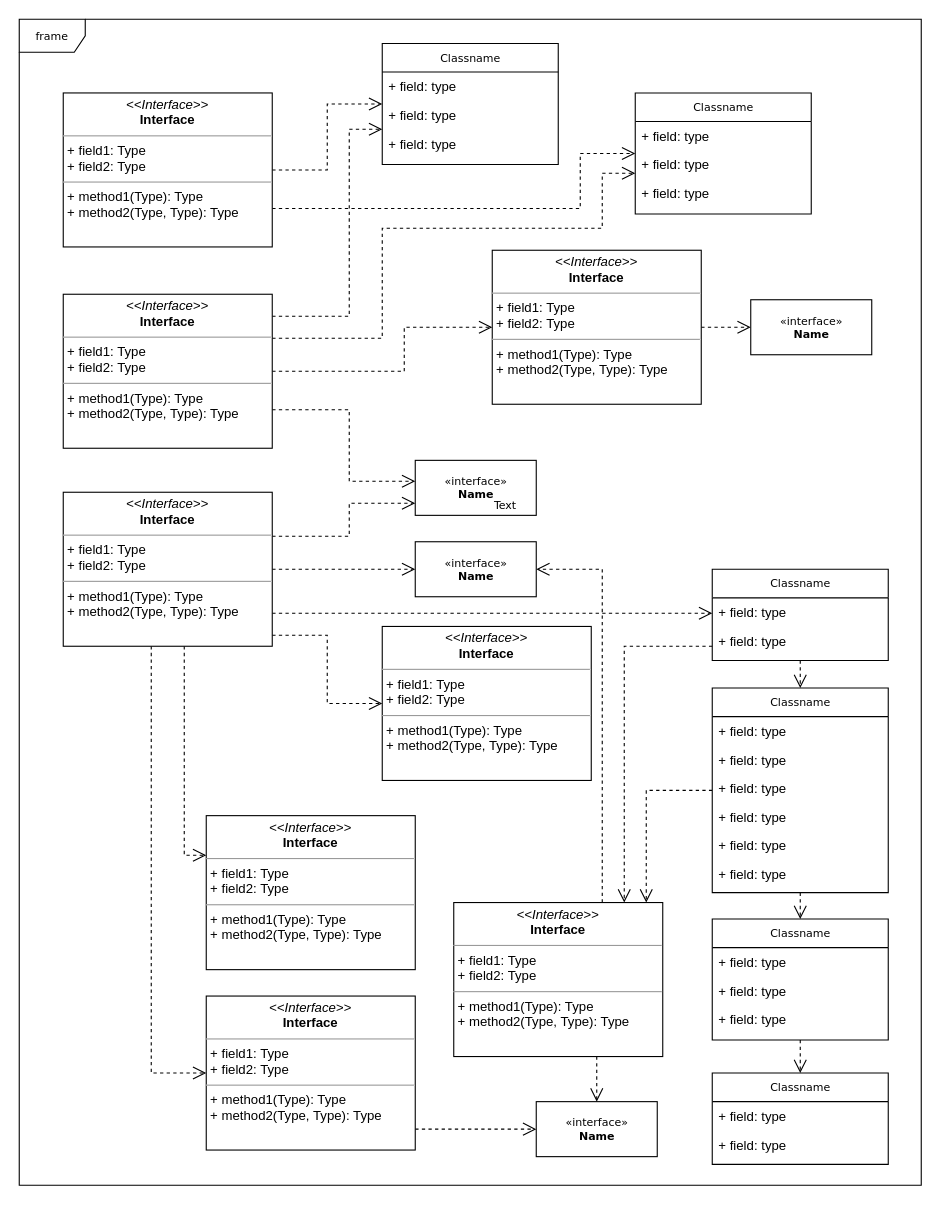
Before: Text-Based-Adventure-Game.drawio in Todd-ATM/Text-Based-Adventure-Game, a draw.io diagram. Source tidied: cells renumbered, new cells numbered last; positions are measured from the earlier drawing's top-left corner, leaving out a move shared by most shapes. Both pictures are drawn from the tidied source at 110%, with x=0, y=0 at pixel (19, 19).
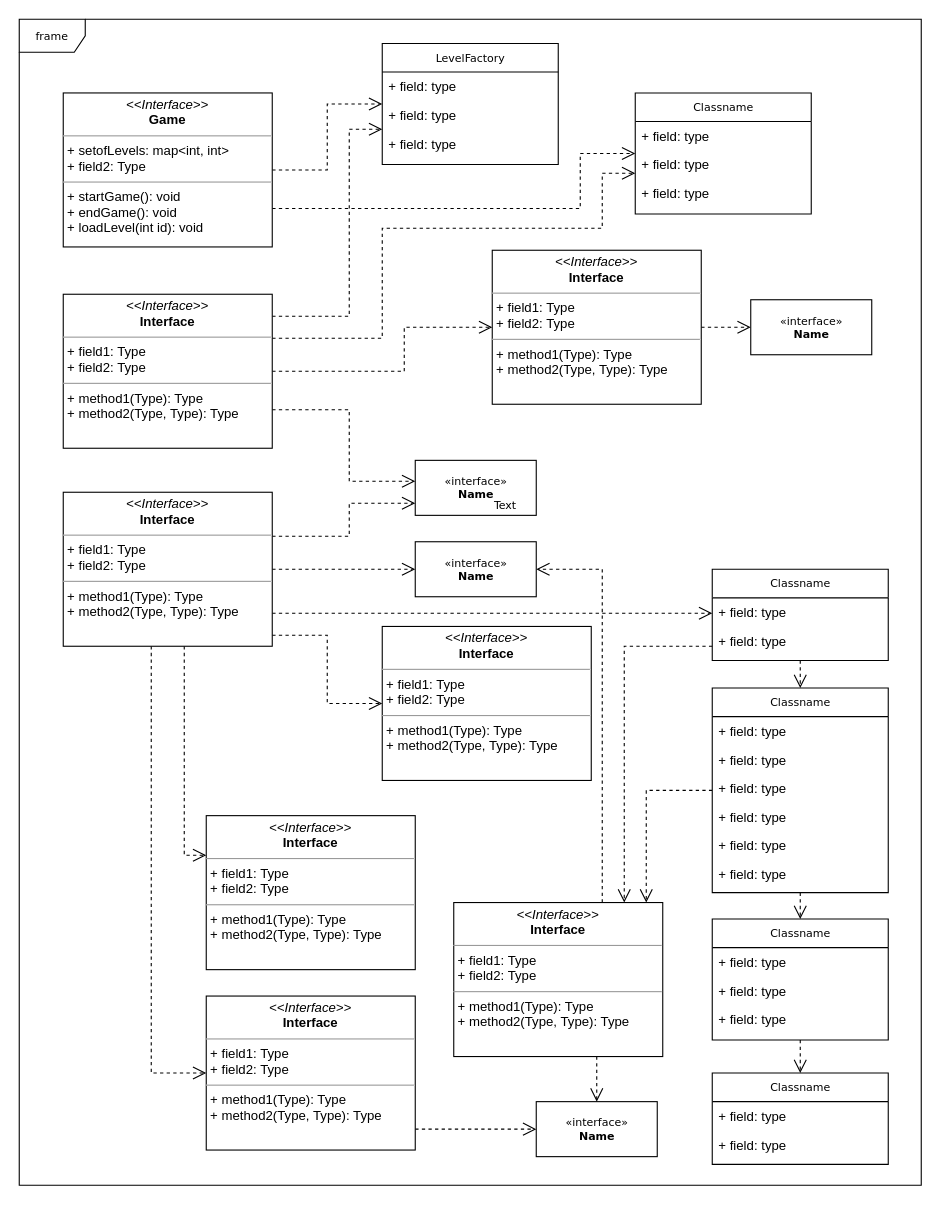
The same page after the edit.

Commit message:
Update Game class in UML, simple start

What changed in the source:
```diff
@@
-    <mxCell id="12" value="Classname" style="swimlane;html=1;fontStyle=0;horizontal=1;startSize=26;fillColor=none;swimlaneFillColor=#ffffff;rounded=0;shadow=0;comic=0;labelBackgroundColor=none;strokeWidth=1;fontFamily=Verdana;fontSize=10;align=center;" parent="1" vertex="1">
+    <mxCell id="12" value="LevelFactory" style="swimlane;html=1;fontStyle=0;horizontal=1;startSize=26;fillColor=none;swimlaneFillColor=#ffffff;rounded=0;shadow=0;comic=0;labelBackgroundColor=none;strokeWidth=1;fontFamily=Verdana;fontSize=10;align=center;" parent="1" vertex="1">
       <mxGeometry x="330" y="22" width="160" height="110" as="geometry" />
     </mxCell>
@@
-    <mxCell id="48" value="&lt;p style=&quot;margin:0px;margin-top:4px;text-align:center;&quot;&gt;&lt;i&gt;&amp;lt;&amp;lt;Interface&amp;gt;&amp;gt;&lt;/i&gt;&lt;br/&gt;&lt;b&gt;Interface&lt;/b&gt;&lt;/p&gt;&lt;hr size=&quot;1&quot;/&gt;&lt;p style=&quot;margin:0px;margin-left:4px;&quot;&gt;+ field1: Type&lt;br/&gt;+ field2: Type&lt;/p&gt;&lt;hr size=&quot;1&quot;/&gt;&lt;p style=&quot;margin:0px;margin-left:4px;&quot;&gt;+ method1(Type): Type&lt;br/&gt;+ method2(Type, Type): Type&lt;/p&gt;" style="verticalAlign=top;align=left;overflow=fill;fontSize=12;fontFamily=Helvetica;html=1;rounded=0;shadow=0;comic=0;labelBackgroundColor=none;strokeWidth=1;" parent="1" vertex="1">
+    <mxCell id="48" value="&lt;p style=&quot;margin:0px;margin-top:4px;text-align:center;&quot;&gt;&lt;i&gt;&amp;lt;&amp;lt;Interface&amp;gt;&amp;gt;&lt;/i&gt;&lt;br&gt;&lt;b&gt;Game&lt;/b&gt;&lt;/p&gt;&lt;hr size=&quot;1&quot;&gt;&lt;p style=&quot;margin:0px;margin-left:4px;&quot;&gt;+ setofLevels: map&amp;lt;int, int&amp;gt;&lt;br&gt;+ field2: Type&lt;/p&gt;&lt;hr size=&quot;1&quot;&gt;&lt;p style=&quot;margin:0px;margin-left:4px;&quot;&gt;+ startGame(): void&lt;br&gt;+ endGame(): void&lt;/p&gt;&lt;p style=&quot;margin:0px;margin-left:4px;&quot;&gt;+ loadLevel(int id): void&lt;/p&gt;" style="verticalAlign=top;align=left;overflow=fill;fontSize=12;fontFamily=Helvetica;html=1;rounded=0;shadow=0;comic=0;labelBackgroundColor=none;strokeWidth=1;" parent="1" vertex="1">
       <mxGeometry x="40" y="67" width="190" height="140" as="geometry" />
     </mxCell>
```
